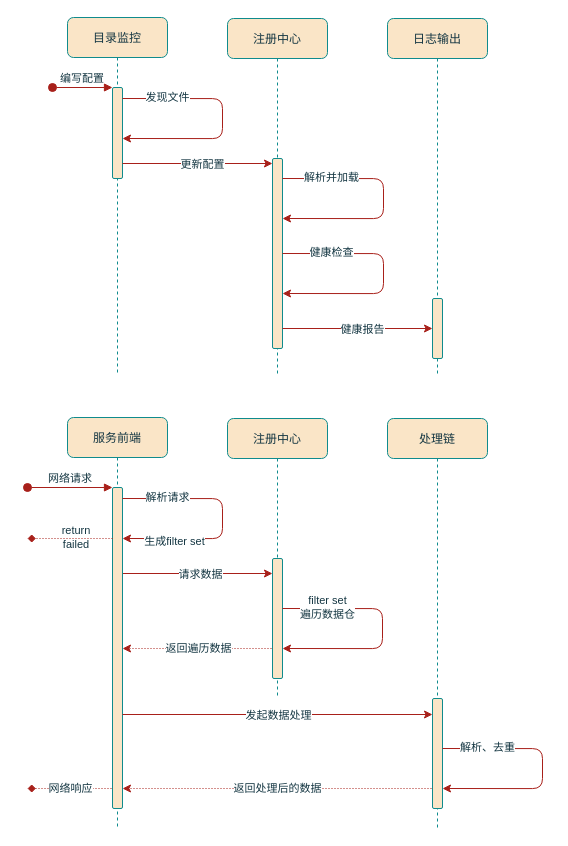
The draw.io diagram 统一数据源-业务序列图.drawio in SevDaisy/draw-io-lib, before the edit. Source tidied: cells renumbered, new cells numbered last; positions are measured from the earlier drawing's top-left corner, leaving out a move shared by most shapes. Both pictures are drawn from the tidied source at 100%, with x=0, y=0 at pixel (27, 17).
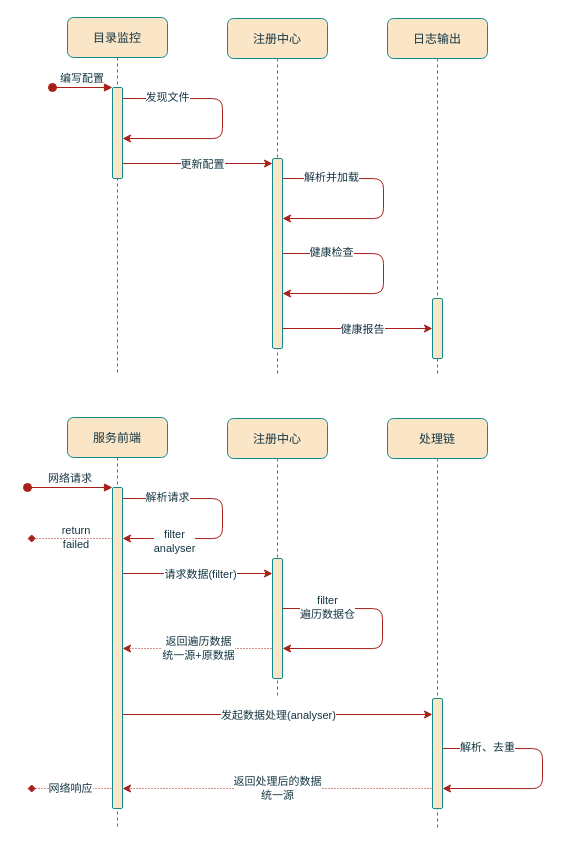
The same page after the edit.

Commit message:
更新统一数据源-业务序列图.drawio

The change refers to these unchanged cells:
```xml
<mxCell id="22" style="endArrow=classic;html=1;rounded=1;shadow=0;labelBackgroundColor=none;strokeColor=#A8201A;strokeWidth=1;fontFamily=Helvetica;fontSize=11;fontColor=#143642;endSize=6;shape=connector;entryX=-0.048;entryY=0.521;entryDx=0;entryDy=0;entryPerimeter=0;" parent="20" edge="1">
  <mxGeometry relative="1" as="geometry">
    <mxPoint x="-105" y="155" as="sourcePoint" />
    <mxPoint x="45" y="155" as="targetPoint" />
  </mxGeometry>
</mxCell>
<mxCell id="26" style="endArrow=classic;html=1;rounded=1;shadow=0;labelBackgroundColor=none;strokeColor=#A8201A;strokeWidth=1;fontFamily=Helvetica;fontSize=11;fontColor=#143642;endSize=6;shape=connector;exitX=0.995;exitY=0.052;exitDx=0;exitDy=0;exitPerimeter=0;" parent="1" edge="1">
  <mxGeometry relative="1" as="geometry">
    <mxPoint x="95" y="481" as="sourcePoint" />
    <mxPoint x="95" y="521" as="targetPoint" />
    <Array as="points">
      <mxPoint x="195" y="481.1" />
      <mxPoint x="195" y="521.1" />
    </Array>
  </mxGeometry>
</mxCell>
<mxCell id="31" style="endArrow=classic;html=1;rounded=1;shadow=0;labelBackgroundColor=none;strokeColor=#A8201A;strokeWidth=1;fontFamily=Helvetica;fontSize=11;fontColor=#143642;endSize=6;shape=connector;exitX=0.995;exitY=0.052;exitDx=0;exitDy=0;exitPerimeter=0;" parent="1" edge="1">
  <mxGeometry relative="1" as="geometry">
    <mxPoint x="255" y="591" as="sourcePoint" />
    <mxPoint x="255" y="631" as="targetPoint" />
    <Array as="points">
      <mxPoint x="355" y="591.1" />
      <mxPoint x="355" y="631.1" />
    </Array>
  </mxGeometry>
</mxCell>
<mxCell id="33" style="endArrow=classic;html=1;rounded=1;shadow=0;labelBackgroundColor=none;strokeColor=#A8201A;strokeWidth=1;fontFamily=Helvetica;fontSize=11;fontColor=#143642;endSize=6;shape=connector;entryX=-0.048;entryY=0.521;entryDx=0;entryDy=0;entryPerimeter=0;endFill=1;dashed=1;dashPattern=1 2;" parent="1" edge="1">
  <mxGeometry relative="1" as="geometry">
    <mxPoint x="244" y="631" as="sourcePoint" />
    <mxPoint x="95" y="631" as="targetPoint" />
  </mxGeometry>
</mxCell>
<mxCell id="35" style="endArrow=classic;html=1;rounded=1;shadow=0;labelBackgroundColor=none;strokeColor=#A8201A;strokeWidth=1;fontFamily=Helvetica;fontSize=11;fontColor=#143642;endSize=6;shape=connector;entryX=-0.048;entryY=0.521;entryDx=0;entryDy=0;entryPerimeter=0;" parent="1" edge="1">
  <mxGeometry relative="1" as="geometry">
    <mxPoint x="95" y="697" as="sourcePoint" />
    <mxPoint x="405" y="697" as="targetPoint" />
  </mxGeometry>
</mxCell>
<mxCell id="39" style="endArrow=classic;html=1;rounded=1;shadow=0;labelBackgroundColor=none;strokeColor=#A8201A;strokeWidth=1;fontFamily=Helvetica;fontSize=11;fontColor=#143642;endSize=6;shape=connector;entryX=-0.048;entryY=0.521;entryDx=0;entryDy=0;entryPerimeter=0;endFill=1;dashed=1;dashPattern=1 2;" parent="1" edge="1">
  <mxGeometry relative="1" as="geometry">
    <mxPoint x="404" y="771" as="sourcePoint" />
    <mxPoint x="95" y="771" as="targetPoint" />
  </mxGeometry>
</mxCell>
```

Change to the diagram source:
```diff
@@
-    <mxCell id="23" value="请求数据" style="edgeLabel;html=1;align=center;verticalAlign=middle;fontSize=11;fontFamily=Helvetica;fontColor=#143642;" parent="22" vertex="1">
+    <mxCell id="23" value="请求数据(filter)" style="edgeLabel;html=1;align=center;verticalAlign=middle;fontSize=11;fontFamily=Helvetica;fontColor=#143642;" parent="22" vertex="1">
       <mxGeometry x="-0.02" relative="1" as="geometry">
         <mxPoint x="3" as="offset" />
       </mxGeometry>
     </mxCell>
@@
-    <mxCell id="28" value="&lt;font style=&quot;font-size: 11px;&quot;&gt;生成filter set&lt;/font&gt;" style="edgeLabel;html=1;align=center;verticalAlign=middle;fontSize=11;fontFamily=Helvetica;fontColor=#143642;" parent="26" vertex="1">
+    <mxCell id="28" value="&lt;font style=&quot;font-size: 11px;&quot;&gt;filter&lt;br&gt;analyser&lt;br&gt;&lt;/font&gt;" style="edgeLabel;html=1;align=center;verticalAlign=middle;fontSize=11;fontFamily=Helvetica;fontColor=#143642;" parent="26" vertex="1">
       <mxGeometry x="0.78" y="2" relative="1" as="geometry">
         <mxPoint x="26" as="offset" />
       </mxGeometry>
     </mxCell>
@@
-    <mxCell id="32" value="filter set&lt;br&gt;遍历数据仓" style="edgeLabel;html=1;align=center;verticalAlign=middle;fontSize=11;fontFamily=Helvetica;fontColor=#143642;" parent="31" vertex="1">
+    <mxCell id="32" value="filter&lt;br&gt;遍历数据仓" style="edgeLabel;html=1;align=center;verticalAlign=middle;fontSize=11;fontFamily=Helvetica;fontColor=#143642;" parent="31" vertex="1">
       <mxGeometry x="-0.63" y="2" relative="1" as="geometry" />
     </mxCell>
@@
-    <mxCell id="34" value="返回遍历数据" style="edgeLabel;html=1;align=center;verticalAlign=middle;fontSize=11;fontFamily=Helvetica;fontColor=#143642;" parent="33" vertex="1">
+    <mxCell id="34" value="返回遍历数据&lt;br&gt;统一源+原数据" style="edgeLabel;html=1;align=center;verticalAlign=middle;fontSize=11;fontFamily=Helvetica;fontColor=#143642;" parent="33" vertex="1">
       <mxGeometry x="0.19" y="-1" relative="1" as="geometry">
         <mxPoint x="15" as="offset" />
       </mxGeometry>
     </mxCell>
@@
-    <mxCell id="36" value="发起数据处理" style="edgeLabel;html=1;align=center;verticalAlign=middle;fontSize=11;fontFamily=Helvetica;fontColor=#143642;" parent="35" vertex="1">
+    <mxCell id="36" value="发起数据处理(analyser)" style="edgeLabel;html=1;align=center;verticalAlign=middle;fontSize=11;fontFamily=Helvetica;fontColor=#143642;" parent="35" vertex="1">
       <mxGeometry relative="1" as="geometry" />
     </mxCell>
@@
-    <mxCell id="40" value="返回处理后的数据" style="edgeLabel;html=1;align=center;verticalAlign=middle;fontSize=11;fontFamily=Helvetica;fontColor=#143642;" parent="39" vertex="1">
+    <mxCell id="40" value="返回处理后的数据&lt;br&gt;统一源" style="edgeLabel;html=1;align=center;verticalAlign=middle;fontSize=11;fontFamily=Helvetica;fontColor=#143642;" parent="39" vertex="1">
       <mxGeometry y="-1" relative="1" as="geometry" />
     </mxCell>
```
